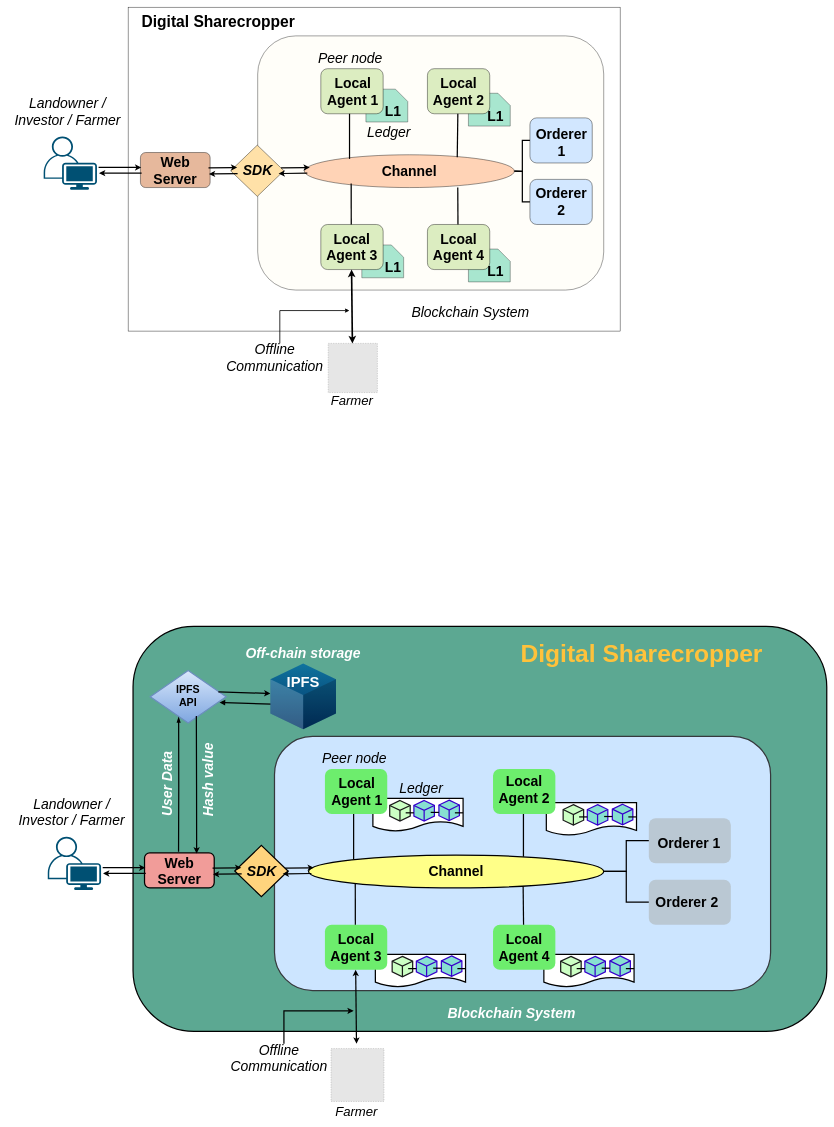
The draw.io diagram page "Page-2" (2 of 4) of files/Fabric-Diagrams.drawio in Arif-Shahriar028/draw.io, before the edit. Source tidied: cells renumbered, new cells numbered last; positions are measured from the earlier drawing's top-left corner, leaving out a move shared by most shapes. Both pictures are drawn from the tidied source at 41%, with x=0, y=0 at pixel (7, 7). Pictures stored in the file or linked from it are replaced by grey dashed boxes.
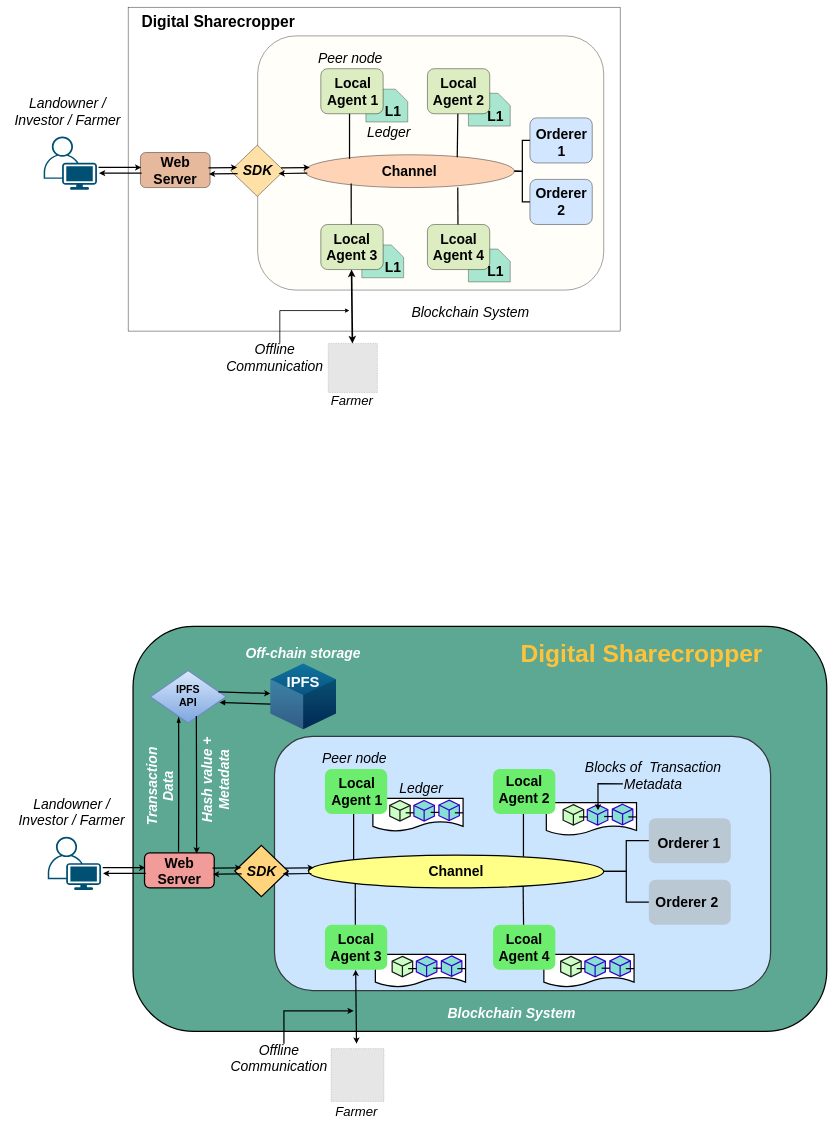
After the change.

What changed in the source:
```diff
@@
-    <mxCell id="126" value="User Data" style="text;html=1;align=center;verticalAlign=middle;whiteSpace=wrap;rounded=0;fontStyle=3;fontSize=34;rotation=-90;fontColor=#FFFFFF;strokeWidth=3;" parent="1" vertex="1">
-      <mxGeometry x="259" y="1879" width="264" height="30" as="geometry" />
+    <mxCell id="126" value="Transaction Data" style="text;html=1;align=center;verticalAlign=middle;whiteSpace=wrap;rounded=0;fontStyle=3;fontSize=34;rotation=-90;fontColor=#FFFFFF;strokeWidth=3;" parent="1" vertex="1">
+      <mxGeometry x="241" y="1885" width="264" height="30" as="geometry" />
     </mxCell>
-    <mxCell id="127" value="Hash value" style="text;html=1;align=center;verticalAlign=middle;whiteSpace=wrap;rounded=0;fontStyle=3;fontSize=34;rotation=-90;fontColor=#FFFFFF;strokeWidth=3;" parent="1" vertex="1">
-      <mxGeometry x="359" y="1869" width="264" height="30" as="geometry" />
+    <mxCell id="127" value="Hash value + Metadata" style="text;html=1;align=center;verticalAlign=middle;whiteSpace=wrap;rounded=0;fontStyle=3;fontSize=34;rotation=-90;fontColor=#FFFFFF;strokeWidth=3;" parent="1" vertex="1">
+      <mxGeometry x="377" y="1869" width="264" height="30" as="geometry" />
     </mxCell>
@@
+    <mxCell id="135" value="Blocks of&amp;nbsp; Transaction Metadata" style="text;html=1;strokeColor=none;fillColor=none;align=center;verticalAlign=middle;whiteSpace=wrap;rounded=0;fontStyle=2;fontSize=34;strokeWidth=3;" parent="1" vertex="1">
+      <mxGeometry x="1400" y="1860" width="351" height="30" as="geometry" />
+    </mxCell>
+    <mxCell id="136" style="endArrow=classic;html=1;rounded=0;entryX=0.6;entryY=0.404;entryDx=0;entryDy=0;entryPerimeter=0;exitX=0.29;exitY=1.138;exitDx=0;exitDy=0;exitPerimeter=0;strokeWidth=3;" parent="1" edge="1" source="135">
+      <mxGeometry relative="1" as="geometry">
+        <mxPoint x="1441" y="1959" as="targetPoint" />
+        <Array as="points">
+          <mxPoint x="1441" y="1893.8" />
+        </Array>
+      </mxGeometry>
+    </mxCell>
```
